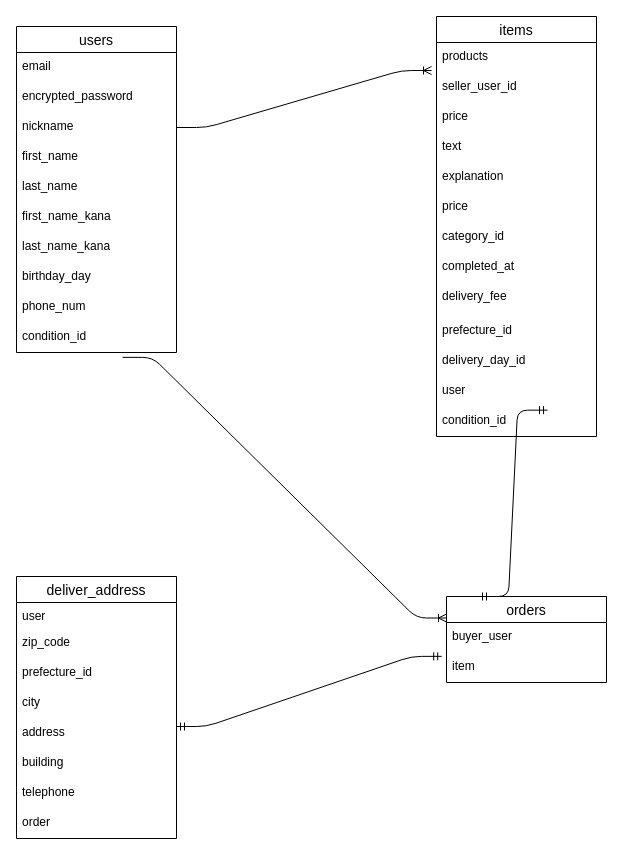
This is test.dio from 820sayama/furima-37106, a draw.io file, before an edit. Source tidied: cells renumbered, new cells numbered last; positions are measured from the earlier drawing's top-left corner, leaving out a move shared by most shapes. Both pictures are drawn from the tidied source at 100%, with x=0, y=0 at pixel (16, 16).
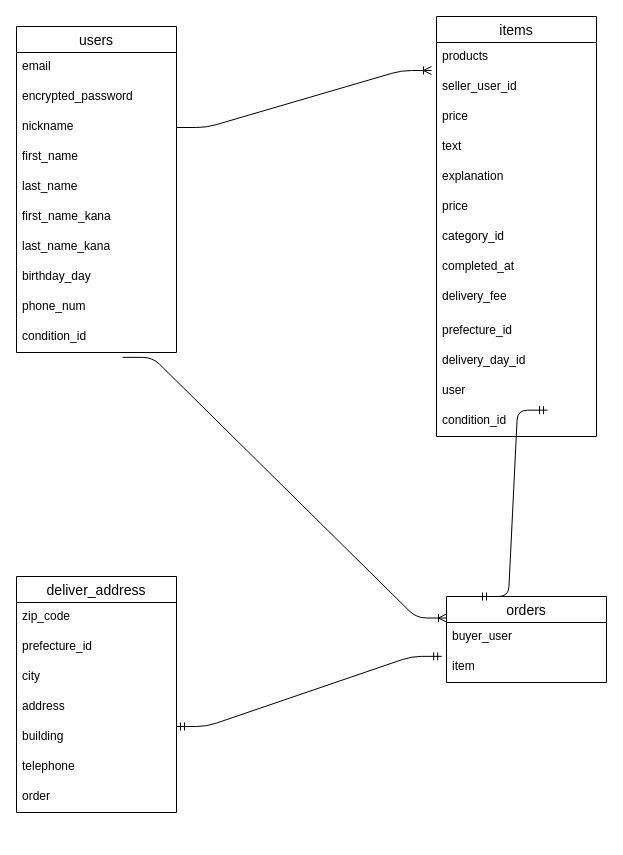
Above is the later version.

What changed in the source:
```diff
@@
     <mxCell id="30" value="deliver_address" style="swimlane;fontStyle=0;horizontal=1;startSize=26;align=center;fontSize=14;" parent="1" vertex="1">
-      <mxGeometry y="560" width="160" height="262" as="geometry" />
+      <mxGeometry y="560" width="160" height="236" as="geometry" />
     </mxCell>
-    <mxCell id="31" value="user" style="text;strokeColor=none;fillColor=none;spacingLeft=4;spacingRight=4;overflow=hidden;fontSize=12;" parent="30" vertex="1">
-      <mxGeometry y="26" width="160" height="26" as="geometry" />
-    </mxCell>
     <mxCell id="32" value="zip_code" style="text;strokeColor=none;fillColor=none;spacingLeft=4;spacingRight=4;overflow=hidden;fontSize=12;" parent="30" vertex="1">
-      <mxGeometry y="52" width="160" height="30" as="geometry" />
+      <mxGeometry y="26" width="160" height="30" as="geometry" />
     </mxCell>
     <mxCell id="33" value="prefecture_id" style="text;strokeColor=none;fillColor=none;spacingLeft=4;spacingRight=4;overflow=hidden;fontSize=12;" parent="30" vertex="1">
-      <mxGeometry y="82" width="160" height="30" as="geometry" />
+      <mxGeometry y="56" width="160" height="30" as="geometry" />
     </mxCell>
     <mxCell id="34" value="city" style="text;strokeColor=none;fillColor=none;spacingLeft=4;spacingRight=4;overflow=hidden;fontSize=12;" parent="30" vertex="1">
-      <mxGeometry y="112" width="160" height="30" as="geometry" />
+      <mxGeometry y="86" width="160" height="30" as="geometry" />
     </mxCell>
     <mxCell id="35" value="address " style="text;strokeColor=none;fillColor=none;spacingLeft=4;spacingRight=4;overflow=hidden;fontSize=12;" parent="30" vertex="1">
-      <mxGeometry y="142" width="160" height="30" as="geometry" />
+      <mxGeometry y="116" width="160" height="30" as="geometry" />
     </mxCell>
     <mxCell id="36" value="building " style="text;strokeColor=none;fillColor=none;spacingLeft=4;spacingRight=4;overflow=hidden;fontSize=12;" parent="30" vertex="1">
-      <mxGeometry y="172" width="160" height="30" as="geometry" />
+      <mxGeometry y="146" width="160" height="30" as="geometry" />
     </mxCell>
     <mxCell id="37" value=" telephone  " style="text;strokeColor=none;fillColor=none;spacingLeft=4;spacingRight=4;overflow=hidden;fontSize=12;" parent="30" vertex="1">
-      <mxGeometry y="202" width="160" height="30" as="geometry" />
+      <mxGeometry y="176" width="160" height="30" as="geometry" />
     </mxCell>
     <mxCell id="38" value="order" style="text;strokeColor=none;fillColor=none;spacingLeft=4;spacingRight=4;overflow=hidden;fontSize=12;" parent="30" vertex="1">
-      <mxGeometry y="232" width="160" height="30" as="geometry" />
+      <mxGeometry y="206" width="160" height="30" as="geometry" />
     </mxCell>
```
